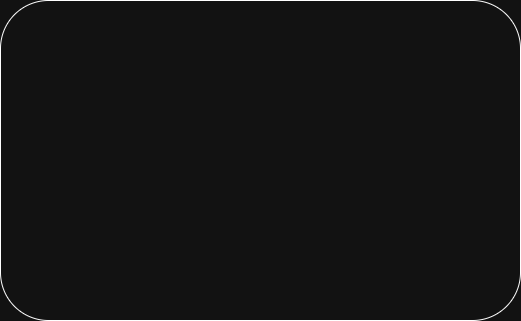
Pipou-fhb/classeur-term keeps this draw.io diagram as Diagramme sans nom.drawio.png. Above is the earlier version. Source tidied: cells renumbered, new cells last; positions are measured from the earlier drawing's top-left corner, leaving out a move shared by most shapes. The source it was exported from:
```xml
<mxGraphModel>
  <root>
    <mxCell id="0" />
    <mxCell id="1" parent="0" />
    <mxCell id="2" style="whiteSpace=wrap;html=1;" parent="1" vertex="1">
      <mxGeometry x="210" y="120" width="80" height="80" as="geometry" />
    </mxCell>
    <mxCell id="3" style="rounded=1;whiteSpace=wrap;html=1;" parent="1" vertex="1">
      <mxGeometry width="520" height="320" as="geometry" />
    </mxCell>
  </root>
</mxGraphModel>
```
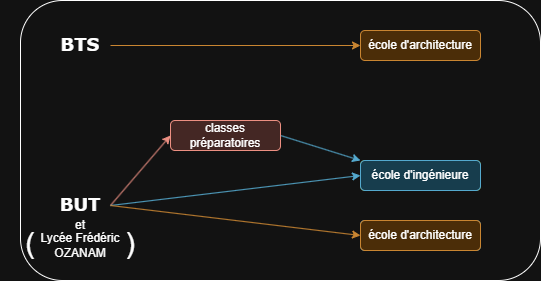
After the commit.

What changed in the source:
```diff
@@ -2,11 +2,71 @@
   <root>
     <mxCell id="0" />
     <mxCell id="1" parent="0" />
+    <mxCell id="4" style="rounded=1;whiteSpace=wrap;html=1;" parent="1" vertex="1">
+      <mxGeometry x="350" y="100" width="120" height="120" as="geometry" />
+    </mxCell>
     <mxCell id="2" style="whiteSpace=wrap;html=1;" parent="1" vertex="1">
       <mxGeometry x="210" y="120" width="80" height="80" as="geometry" />
     </mxCell>
     <mxCell id="3" style="rounded=1;whiteSpace=wrap;html=1;" parent="1" vertex="1">
-      <mxGeometry width="520" height="320" as="geometry" />
+      <mxGeometry x="10" y="40" width="520" height="280" as="geometry" />
     </mxCell>
+    <mxCell id="5" value="&lt;h2&gt;&lt;b&gt;&lt;font face=&quot;Verdana&quot;&gt;BTS&lt;/font&gt;&lt;/b&gt;&lt;/h2&gt;" style="text;html=1;whiteSpace=wrap;strokeColor=none;fillColor=none;align=center;verticalAlign=middle;rounded=0;" parent="1" vertex="1">
+      <mxGeometry x="40" y="70" width="60" height="30" as="geometry" />
+    </mxCell>
+    <mxCell id="6" value="&lt;h2&gt;&lt;font face=&quot;Verdana&quot;&gt;BUT&lt;/font&gt;&lt;/h2&gt;" style="text;html=1;whiteSpace=wrap;strokeColor=none;fillColor=none;align=center;verticalAlign=middle;rounded=0;" parent="1" vertex="1">
+      <mxGeometry x="40" y="230" width="60" height="30" as="geometry" />
+    </mxCell>
+    <mxCell id="7" style="endArrow=classic;html=1;rounded=0;exitX=1;exitY=0.5;exitDx=0;exitDy=0;entryX=0;entryY=0.5;entryDx=0;entryDy=0;fillColor=#fad7ac;strokeColor=#b46504;" parent="1" edge="1" source="5" target="19">
+      <mxGeometry relative="1" as="geometry" />
+    </mxCell>
+    <mxCell id="8" style="endArrow=classic;html=1;rounded=0;exitX=1;exitY=0.5;exitDx=0;exitDy=0;entryX=0;entryY=0;entryDx=0;entryDy=0;fillColor=#b1ddf0;strokeColor=#10739e;" parent="1" edge="1" source="17" target="13">
+      <mxGeometry relative="1" as="geometry" />
+    </mxCell>
+    <mxCell id="9" style="endArrow=classic;html=1;rounded=0;exitX=1;exitY=0.5;exitDx=0;exitDy=0;entryX=0;entryY=0.5;entryDx=0;entryDy=0;fillColor=#fad9d5;strokeColor=#ae4132;" parent="1" edge="1" source="6" target="17">
+      <mxGeometry relative="1" as="geometry" />
+    </mxCell>
+    <mxCell id="10" style="endArrow=classic;html=1;rounded=0;exitX=1;exitY=0.5;exitDx=0;exitDy=0;entryX=0;entryY=0.5;entryDx=0;entryDy=0;fillColor=#b1ddf0;strokeColor=#10739e;" parent="1" edge="1" source="6" target="13">
+      <mxGeometry relative="1" as="geometry" />
+    </mxCell>
+    <mxCell id="11" style="endArrow=classic;html=1;rounded=0;exitX=1;exitY=0.5;exitDx=0;exitDy=0;entryX=0;entryY=0.5;entryDx=0;entryDy=0;fillColor=#fad7ac;strokeColor=#b46504;" parent="1" edge="1" source="6" target="15">
+      <mxGeometry relative="1" as="geometry" />
+    </mxCell>
+    <mxCell id="12" style="rounded=1;whiteSpace=wrap;html=1;fillColor=light-dark(#E3C800,#FFD966);fontColor=#000000;strokeColor=light-dark(#B09500,#858300);" parent="1" vertex="1">
+      <mxGeometry x="350" y="200" width="120" height="30" as="geometry" />
+    </mxCell>
+    <mxCell id="13" value="école d'ingénieure" style="text;html=1;whiteSpace=wrap;strokeColor=#10739e;fillColor=#b1ddf0;align=center;verticalAlign=middle;rounded=1;" parent="1" vertex="1">
+      <mxGeometry x="350" y="200" width="120" height="30" as="geometry" />
+    </mxCell>
+    <mxCell id="14" style="rounded=1;whiteSpace=wrap;html=1;fillColor=#b1ddf0;strokeColor=#10739e;" parent="1" vertex="1">
+      <mxGeometry x="350" y="260" width="120" height="30" as="geometry" />
+    </mxCell>
+    <mxCell id="15" value="école d'architecture" style="text;html=1;whiteSpace=wrap;strokeColor=#b46504;fillColor=#fad7ac;align=center;verticalAlign=middle;rounded=1;glass=0;shadow=0;" parent="1" vertex="1">
+      <mxGeometry x="350" y="260" width="120" height="30" as="geometry" />
+    </mxCell>
+    <mxCell id="16" style="rounded=1;whiteSpace=wrap;html=1;" parent="1" vertex="1">
+      <mxGeometry x="170" y="160" width="90" height="30" as="geometry" />
+    </mxCell>
+    <mxCell id="17" value="classes préparatoires" style="text;html=1;whiteSpace=wrap;strokeColor=#ae4132;fillColor=#fad9d5;align=center;verticalAlign=middle;rounded=1;" parent="1" vertex="1">
+      <mxGeometry x="160" y="160" width="110" height="30" as="geometry" />
+    </mxCell>
+    <mxCell id="18" style="rounded=1;whiteSpace=wrap;html=1;fillColor=#fad7ac;strokeColor=#b46504;" parent="1" vertex="1">
+      <mxGeometry x="350" y="70" width="120" height="30" as="geometry" />
+    </mxCell>
+    <mxCell id="19" value="école d'architecture" style="text;html=1;whiteSpace=wrap;strokeColor=none;fillColor=none;align=center;verticalAlign=middle;rounded=0;" parent="1" vertex="1">
+      <mxGeometry x="350" y="70" width="120" height="30" as="geometry" />
+    </mxCell>
+    <mxCell id="20" value="Lycée Frédéric OZANAM" style="text;html=1;whiteSpace=wrap;strokeColor=none;fillColor=none;align=center;verticalAlign=middle;rounded=0;" parent="1" vertex="1">
+      <mxGeometry x="20" y="270" width="100" height="30" as="geometry" />
+    </mxCell>
+    <mxCell id="21" value="&lt;font style=&quot;font-size: 29px;&quot;&gt;)&lt;/font&gt;" style="text;html=1;whiteSpace=wrap;strokeColor=none;fillColor=none;align=center;verticalAlign=middle;rounded=0;" parent="1" vertex="1">
+      <mxGeometry x="90" y="270" width="60" height="25" as="geometry" />
+    </mxCell>
+    <mxCell id="22" value="&lt;span style=&quot;font-size: 29px;&quot;&gt;(&lt;/span&gt;" style="text;html=1;whiteSpace=wrap;strokeColor=none;fillColor=none;align=center;verticalAlign=middle;rounded=0;" parent="1" vertex="1">
+      <mxGeometry x="-10" y="270" width="60" height="25" as="geometry" />
+    </mxCell>
+    <mxCell id="23" value="et" style="text;html=1;whiteSpace=wrap;strokeColor=none;fillColor=none;align=center;verticalAlign=middle;rounded=0;" parent="1" vertex="1">
+      <mxGeometry x="40" y="250" width="60" height="30" as="geometry" />
+    </mxCell>
   </root>
 </mxGraphModel>
```
